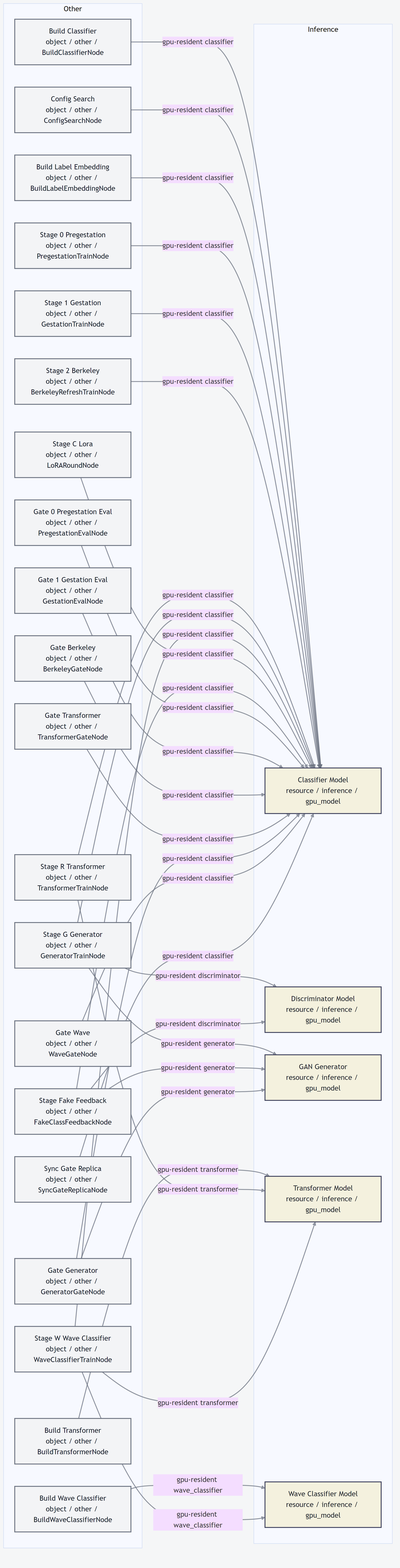
sangderenard/meta-nn keeps this Mermaid diagram as docs/diagrams/provenance_dense.png. Above is the earlier version. Its source is kept beside it as docs/diagrams/provenance_dense.mmd.
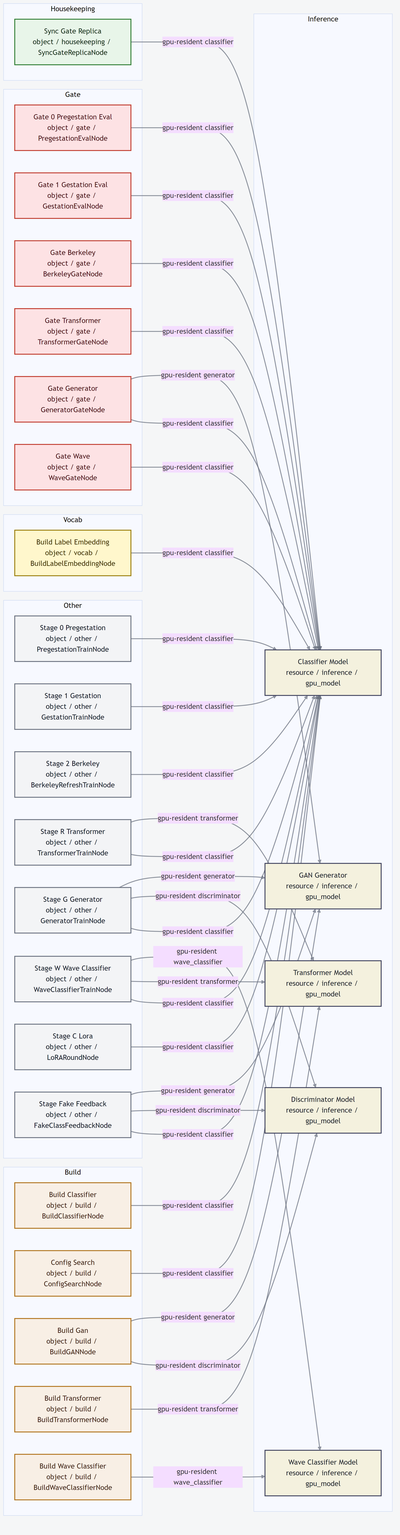
After the commit.

Change to the diagram source:
```diff
@@ -1,9 +1,19 @@
 %%{init: {'theme':'base','themeVariables':{'background':'#f5f6f7','mainBkg':'#f5f6f7'},'flowchart':{'curve':'basis','htmlLabels':true}}}%%
 flowchart LR
+    subgraph group_build[Build]
+        build_classifier["Build Classifier<br/>object / build / BuildClassifierNode"]
+        config_search["Config Search<br/>object / build / ConfigSearchNode"]
+        build_gan["Build Gan<br/>object / build / BuildGANNode"]
+        build_transformer["Build Transformer<br/>object / build / BuildTransformerNode"]
+        build_wave_classifier["Build Wave Classifier<br/>object / build / BuildWaveClassifierNode"]
+    end
+    subgraph group_vocab[Vocab]
+        build_label_embedding["Build Label Embedding<br/>object / vocab / BuildLabelEmbeddingNode"]
+    end
+    subgraph group_housekeeping[Housekeeping]
+        sync_gate_replica["Sync Gate Replica<br/>object / housekeeping / SyncGateReplicaNode"]
+    end
     subgraph group_other[Other]
-        build_classifier["Build Classifier<br/>object / other / BuildClassifierNode"]
-        config_search["Config Search<br/>object / other / ConfigSearchNode"]
-        build_label_embedding["Build Label Embedding<br/>object / other / BuildLabelEmbeddingNode"]
         stage_0_pregestation["Stage 0 Pregestation<br/>object / other / PregestationTrainNode"]
         stage_1_gestation["Stage 1 Gestation<br/>object / other / GestationTrainNode"]
         stage_2_berkeley["Stage 2 Berkeley<br/>object / other / BerkeleyRefreshTrainNode"]
@@ -12,15 +22,6 @@
         stage_w_wave_classifier["Stage W Wave Classifier<br/>object / other / WaveClassifierTrainNode"]
         stage_c_lora["Stage C Lora<br/>object / other / LoRARoundNode"]
         stage_fake_feedback["Stage Fake Feedback<br/>object / other / FakeClassFeedbackNode"]
-        gate_0_pregestation_eval["Gate 0 Pregestation Eval<br/>object / other / PregestationEvalNode"]
-        gate_1_gestation_eval["Gate 1 Gestation Eval<br/>object / other / GestationEvalNode"]
-        gate_berkeley["Gate Berkeley<br/>object / other / BerkeleyGateNode"]
-        gate_transformer["Gate Transformer<br/>object / other / TransformerGateNode"]
-        gate_generator["Gate Generator<br/>object / other / GeneratorGateNode"]
-        gate_wave["Gate Wave<br/>object / other / WaveGateNode"]
-        sync_gate_replica["Sync Gate Replica<br/>object / other / SyncGateReplicaNode"]
-        build_transformer["Build Transformer<br/>object / other / BuildTransformerNode"]
-        build_wave_classifier["Build Wave Classifier<br/>object / other / BuildWaveClassifierNode"]
     end
     subgraph group_inference[Inference]
         model__classifier["Classifier Model<br/>resource / inference / gpu_model"]
@@ -28,6 +29,14 @@
         model__generator["GAN Generator<br/>resource / inference / gpu_model"]
         model__transformer["Transformer Model<br/>resource / inference / gpu_model"]
         model__wave_classifier["Wave Classifier Model<br/>resource / inference / gpu_model"]
+    end
+    subgraph group_gate[Gate]
+        gate_0_pregestation_eval["Gate 0 Pregestation Eval<br/>object / gate / PregestationEvalNode"]
+        gate_1_gestation_eval["Gate 1 Gestation Eval<br/>object / gate / GestationEvalNode"]
+        gate_berkeley["Gate Berkeley<br/>object / gate / BerkeleyGateNode"]
+        gate_transformer["Gate Transformer<br/>object / gate / TransformerGateNode"]
+        gate_generator["Gate Generator<br/>object / gate / GeneratorGateNode"]
+        gate_wave["Gate Wave<br/>object / gate / WaveGateNode"]
     end
 
     build_classifier -- "gpu-resident classifier" --> model__classifier
@@ -48,8 +57,10 @@
     gate_generator -- "gpu-resident classifier" --> model__classifier
     gate_wave -- "gpu-resident classifier" --> model__classifier
     sync_gate_replica -- "gpu-resident classifier" --> model__classifier
+    build_gan -- "gpu-resident discriminator" --> model__discriminator
     stage_g_generator -- "gpu-resident discriminator" --> model__discriminator
     stage_fake_feedback -- "gpu-resident discriminator" --> model__discriminator
+    build_gan -- "gpu-resident generator" --> model__generator
     stage_g_generator -- "gpu-resident generator" --> model__generator
     stage_fake_feedback -- "gpu-resident generator" --> model__generator
     gate_generator -- "gpu-resident generator" --> model__generator
@@ -66,6 +77,8 @@
     classDef faculty_train fill:#FFE8D6,stroke:#C05621,color:#4A1D05,stroke-width:2px;
     classDef faculty_gates fill:#FDE2E4,stroke:#C0392B,color:#4A0F13,stroke-width:2px;
     classDef faculty_housekeeping fill:#E8F5E9,stroke:#2E7D32,color:#102A12,stroke-width:2px;
+    classDef faculty_persistence fill:#EFE3FF,stroke:#7C3AED,color:#2E1065,stroke-width:2px;
+    classDef faculty_ipc fill:#DDEBFF,stroke:#2563EB,color:#0F172A,stroke-width:2px;
     classDef faculty_io fill:#DDEBFF,stroke:#2563EB,color:#0F172A,stroke-width:2px;
     classDef faculty_inference fill:#F4F1DE,stroke:#3D405B,color:#1B1F2A,stroke-width:2px;
     classDef faculty_buffer fill:#E0FBFC,stroke:#006D77,color:#00313A,stroke-width:2px;
@@ -77,7 +90,11 @@
     classDef faculty_updates fill:#E8F5E9,stroke:#2E7D32,color:#102A12,stroke-width:2px;
     classDef faculty_other fill:#F3F4F6,stroke:#6B7280,color:#111827,stroke-width:2px;
     class model__classifier,model__discriminator,model__generator,model__transformer,model__wave_classifier faculty_inference;
-    class build_classifier,config_search,build_label_embedding,stage_0_pregestation,stage_1_gestation,stage_2_berkeley,stage_r_transformer,stage_g_generator,stage_w_wave_classifier,stage_c_lora,stage_fake_feedback,gate_0_pregestation_eval,gate_1_gestation_eval,gate_berkeley,gate_transformer,gate_generator,gate_wave,sync_gate_replica,build_transformer,build_wave_classifier faculty_other;
+    class build_classifier,config_search,build_gan,build_transformer,build_wave_classifier faculty_build;
+    class build_label_embedding faculty_vocab;
+    class stage_0_pregestation,stage_1_gestation,stage_2_berkeley,stage_r_transformer,stage_g_generator,stage_w_wave_classifier,stage_c_lora,stage_fake_feedback faculty_other;
+    class gate_0_pregestation_eval,gate_1_gestation_eval,gate_berkeley,gate_transformer,gate_generator,gate_wave faculty_gate;
+    class sync_gate_replica faculty_housekeeping;
     linkStyle 0 stroke:#6B7280,stroke-width:2px,opacity:0.75,stroke-dasharray:0;
     linkStyle 1 stroke:#6B7280,stroke-width:2px,opacity:0.75,stroke-dasharray:0;
     linkStyle 2 stroke:#6B7280,stroke-width:2px,opacity:0.75,stroke-dasharray:0;
@@ -106,3 +123,5 @@
     linkStyle 25 stroke:#6B7280,stroke-width:2px,opacity:0.75,stroke-dasharray:0;
     linkStyle 26 stroke:#6B7280,stroke-width:2px,opacity:0.75,stroke-dasharray:0;
     linkStyle 27 stroke:#6B7280,stroke-width:2px,opacity:0.75,stroke-dasharray:0;
+    linkStyle 28 stroke:#6B7280,stroke-width:2px,opacity:0.75,stroke-dasharray:0;
+    linkStyle 29 stroke:#6B7280,stroke-width:2px,opacity:0.75,stroke-dasharray:0;
```
